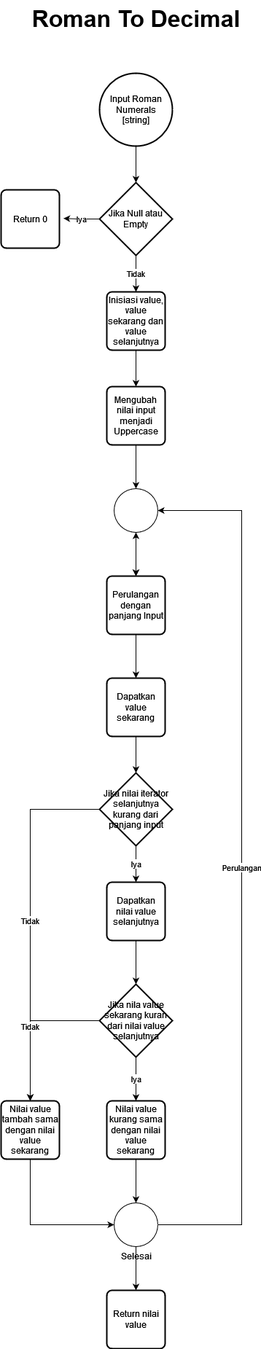
anggaputra-ikt/Daily-Training keeps this draw.io diagram as Source/FlowChart/RomanToDecimal.drawio.png. Above is the earlier version. Source tidied: cells renumbered, new cells last; positions are measured from the earlier drawing's top-left corner, leaving out a move shared by most shapes. The source it was exported from:
```xml
<mxGraphModel>
  <root>
    <mxCell id="0" />
    <mxCell id="1" parent="0" />
    <mxCell id="2" style="edgeStyle=orthogonalEdgeStyle;rounded=0;jettySize=auto;html=1;entryX=0.5;entryY=0;entryDx=0;entryDy=0;entryPerimeter=0;" parent="1" edge="1" source="3" target="6">
      <mxGeometry relative="1" as="geometry" />
    </mxCell>
    <mxCell id="3" value="&lt;div&gt;Input Roman Numerals&lt;/div&gt;&lt;div&gt;[string]&lt;/div&gt;" style="strokeWidth=2;html=1;shape=mxgraph.flowchart.start_2;whiteSpace=wrap;" parent="1" vertex="1">
      <mxGeometry x="135" y="100" width="100" height="100" as="geometry" />
    </mxCell>
    <mxCell id="4" value="Roman To Decimal" style="text;html=1;align=center;verticalAlign=middle;strokeColor=none;fillColor=none;fontStyle=1;fontSize=32;" parent="1" vertex="1">
      <mxGeometry x="30" width="310" height="50" as="geometry" />
    </mxCell>
    <mxCell id="5" value="Iya" style="edgeStyle=orthogonalEdgeStyle;rounded=0;jettySize=auto;html=1;exitX=0;exitY=0.5;exitDx=0;exitDy=0;exitPerimeter=0;entryX=1.07;entryY=0.49;entryDx=0;entryDy=0;entryPerimeter=0;" parent="1" edge="1" source="6" target="7">
      <mxGeometry relative="1" as="geometry" />
    </mxCell>
    <mxCell id="6" value="Jika Null atau Empty" style="strokeWidth=2;html=1;shape=mxgraph.flowchart.decision;whiteSpace=wrap;" parent="1" vertex="1">
      <mxGeometry x="135" y="250" width="100" height="100" as="geometry" />
    </mxCell>
    <mxCell id="7" value="Return 0" style="rounded=1;whiteSpace=wrap;html=1;absoluteArcSize=1;arcSize=14;strokeWidth=2;" parent="1" vertex="1">
      <mxGeometry y="260" width="80" height="80" as="geometry" />
    </mxCell>
    <mxCell id="8" style="edgeStyle=orthogonalEdgeStyle;rounded=0;jettySize=auto;html=1;" parent="1" edge="1" source="29" target="28">
      <mxGeometry relative="1" as="geometry" />
    </mxCell>
    <mxCell id="9" style="edgeStyle=orthogonalEdgeStyle;rounded=0;jettySize=auto;html=1;" parent="1" edge="1" source="10" target="29">
      <mxGeometry relative="1" as="geometry" />
    </mxCell>
    <mxCell id="10" value="Mengubah nilai input menjadi Uppercase" style="rounded=1;whiteSpace=wrap;html=1;absoluteArcSize=1;arcSize=14;strokeWidth=2;" parent="1" vertex="1">
      <mxGeometry x="145" y="530" width="80" height="80" as="geometry" />
    </mxCell>
    <mxCell id="11" style="edgeStyle=orthogonalEdgeStyle;rounded=0;jettySize=auto;html=1;" parent="1" edge="1" source="28" target="13">
      <mxGeometry relative="1" as="geometry" />
    </mxCell>
    <mxCell id="12" style="edgeStyle=orthogonalEdgeStyle;rounded=0;jettySize=auto;html=1;" parent="1" edge="1" source="13" target="15">
      <mxGeometry relative="1" as="geometry" />
    </mxCell>
    <mxCell id="13" value="Dapatkan value sekarang" style="rounded=1;whiteSpace=wrap;html=1;absoluteArcSize=1;arcSize=14;strokeWidth=2;" parent="1" vertex="1">
      <mxGeometry x="145" y="930" width="80" height="80" as="geometry" />
    </mxCell>
    <mxCell id="14" value="Iya" style="edgeStyle=orthogonalEdgeStyle;rounded=0;jettySize=auto;html=1;" parent="1" edge="1" source="15" target="17">
      <mxGeometry relative="1" as="geometry" />
    </mxCell>
    <mxCell id="15" value="Jika nilai iterator selanjutnya kurang dari panjang input " style="strokeWidth=2;html=1;shape=mxgraph.flowchart.decision;whiteSpace=wrap;" parent="1" vertex="1">
      <mxGeometry x="135" y="1060" width="100" height="100" as="geometry" />
    </mxCell>
    <mxCell id="16" style="edgeStyle=orthogonalEdgeStyle;rounded=0;jettySize=auto;html=1;" parent="1" edge="1" source="17" target="19">
      <mxGeometry relative="1" as="geometry" />
    </mxCell>
    <mxCell id="17" value="Dapatkan nilai value selanjutnya" style="rounded=1;whiteSpace=wrap;html=1;absoluteArcSize=1;arcSize=14;strokeWidth=2;" parent="1" vertex="1">
      <mxGeometry x="145" y="1210" width="80" height="80" as="geometry" />
    </mxCell>
    <mxCell id="18" value="Iya" style="edgeStyle=orthogonalEdgeStyle;rounded=0;jettySize=auto;html=1;" parent="1" edge="1" source="19" target="21">
      <mxGeometry relative="1" as="geometry" />
    </mxCell>
    <mxCell id="19" value="Jika nila value sekarang kuran dari nilai value selanjutnya" style="strokeWidth=2;html=1;shape=mxgraph.flowchart.decision;whiteSpace=wrap;" parent="1" vertex="1">
      <mxGeometry x="135" y="1350" width="100" height="100" as="geometry" />
    </mxCell>
    <mxCell id="20" style="edgeStyle=orthogonalEdgeStyle;rounded=0;jettySize=auto;html=1;" parent="1" edge="1" source="21" target="32">
      <mxGeometry relative="1" as="geometry" />
    </mxCell>
    <mxCell id="21" value="Nilai value kurang sama dengan nilai value sekarang" style="rounded=1;whiteSpace=wrap;html=1;absoluteArcSize=1;arcSize=14;strokeWidth=2;" parent="1" vertex="1">
      <mxGeometry x="145" y="1510" width="80" height="80" as="geometry" />
    </mxCell>
    <mxCell id="22" style="edgeStyle=orthogonalEdgeStyle;rounded=0;jettySize=auto;html=1;" parent="1" edge="1" source="28" target="29">
      <mxGeometry relative="1" as="geometry" />
    </mxCell>
    <mxCell id="23" value="Tidak" style="edgeStyle=orthogonalEdgeStyle;rounded=0;jettySize=auto;html=1;" parent="1" edge="1" source="15" target="26">
      <mxGeometry relative="1" as="geometry" />
    </mxCell>
    <mxCell id="24" value="Tidak" style="edgeStyle=orthogonalEdgeStyle;rounded=0;jettySize=auto;html=1;" parent="1" edge="1" source="19" target="26">
      <mxGeometry relative="1" as="geometry" />
    </mxCell>
    <mxCell id="25" style="edgeStyle=orthogonalEdgeStyle;rounded=0;jettySize=auto;html=1;" parent="1" edge="1" source="26" target="32">
      <mxGeometry relative="1" as="geometry">
        <Array as="points">
          <mxPoint x="40" y="1680" />
        </Array>
      </mxGeometry>
    </mxCell>
    <mxCell id="26" value="Nilai value tambah sama dengan nilai value sekarang" style="rounded=1;whiteSpace=wrap;html=1;absoluteArcSize=1;arcSize=14;strokeWidth=2;" parent="1" vertex="1">
      <mxGeometry y="1510" width="80" height="80" as="geometry" />
    </mxCell>
    <mxCell id="27" style="edgeStyle=orthogonalEdgeStyle;rounded=0;jettySize=auto;html=1;" parent="1" edge="1" source="29" target="28">
      <mxGeometry relative="1" as="geometry" />
    </mxCell>
    <mxCell id="28" value="Perulangan dengan panjang Input" style="rounded=1;whiteSpace=wrap;html=1;absoluteArcSize=1;arcSize=14;strokeWidth=2;" parent="1" vertex="1">
      <mxGeometry x="145" y="790" width="80" height="80" as="geometry" />
    </mxCell>
    <mxCell id="29" style="verticalLabelPosition=bottom;verticalAlign=top;html=1;shape=mxgraph.flowchart.on-page_reference;" parent="1" vertex="1">
      <mxGeometry x="155" y="670" width="60" height="60" as="geometry" />
    </mxCell>
    <mxCell id="30" value="Perulangan" style="edgeStyle=orthogonalEdgeStyle;rounded=0;jettySize=auto;html=1;entryX=1;entryY=0.5;entryDx=0;entryDy=0;entryPerimeter=0;" parent="1" edge="1" source="32" target="29">
      <mxGeometry relative="1" as="geometry">
        <Array as="points">
          <mxPoint x="330" y="1680" />
          <mxPoint x="330" y="700" />
        </Array>
      </mxGeometry>
    </mxCell>
    <mxCell id="31" style="edgeStyle=orthogonalEdgeStyle;rounded=0;jettySize=auto;html=1;" parent="1" edge="1" source="32" target="33">
      <mxGeometry relative="1" as="geometry" />
    </mxCell>
    <mxCell id="32" value="Selesai" style="verticalLabelPosition=bottom;verticalAlign=top;html=1;shape=mxgraph.flowchart.on-page_reference;" parent="1" vertex="1">
      <mxGeometry x="155" y="1650" width="60" height="60" as="geometry" />
    </mxCell>
    <mxCell id="33" value="Return nilai value" style="rounded=1;whiteSpace=wrap;html=1;absoluteArcSize=1;arcSize=14;strokeWidth=2;" parent="1" vertex="1">
      <mxGeometry x="145" y="1770" width="80" height="80" as="geometry" />
    </mxCell>
    <mxCell id="34" value="Tidak" style="edgeStyle=orthogonalEdgeStyle;rounded=0;jettySize=auto;html=1;entryX=0.5;entryY=0;entryDx=0;entryDy=0;" parent="1" edge="1" source="6" target="36">
      <mxGeometry relative="1" as="geometry" />
    </mxCell>
    <mxCell id="35" style="edgeStyle=orthogonalEdgeStyle;rounded=0;jettySize=auto;html=1;" parent="1" edge="1" source="36" target="10">
      <mxGeometry relative="1" as="geometry" />
    </mxCell>
    <mxCell id="36" value="Inisiasi value, value sekarang dan value selanjutnya" style="rounded=1;whiteSpace=wrap;html=1;absoluteArcSize=1;arcSize=14;strokeWidth=2;" parent="1" vertex="1">
      <mxGeometry x="145" y="400" width="80" height="80" as="geometry" />
    </mxCell>
  </root>
</mxGraphModel>
```
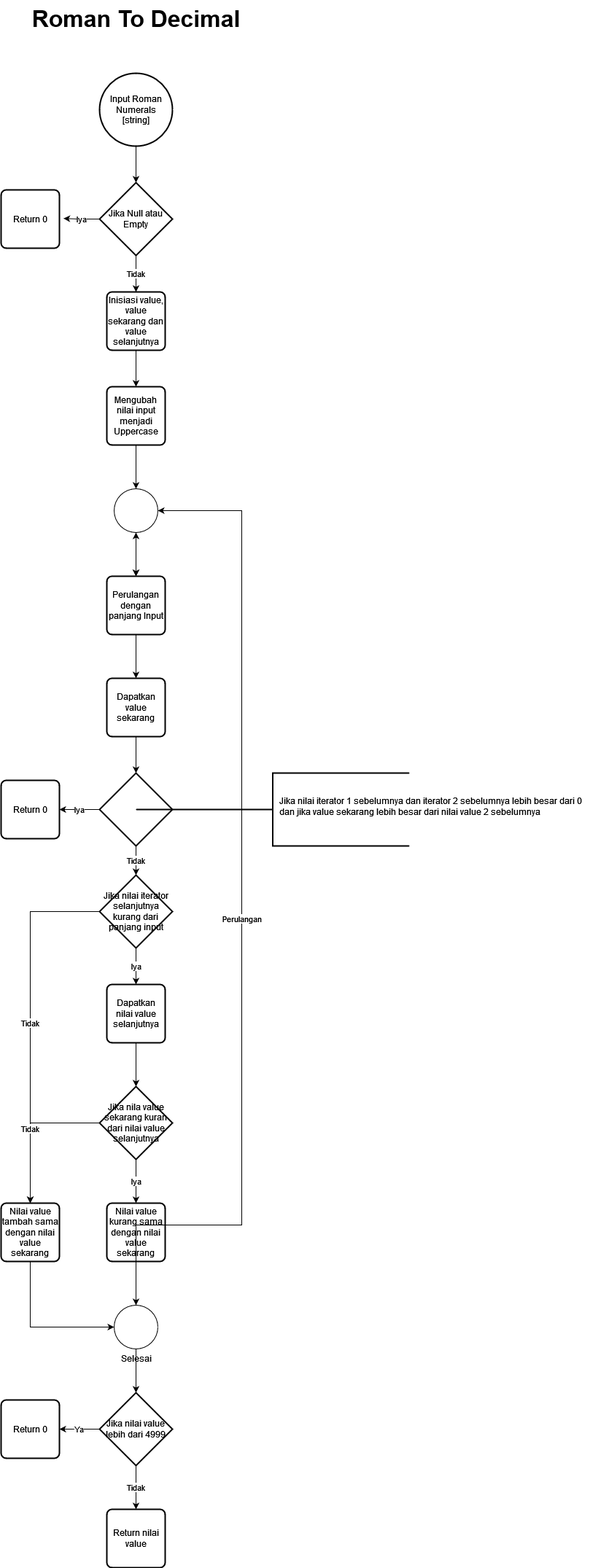
Later version of the same file.

What changed in the source:
```diff
@@ -32,7 +32,7 @@
     <mxCell id="11" style="edgeStyle=orthogonalEdgeStyle;rounded=0;jettySize=auto;html=1;" parent="1" edge="1" source="28" target="13">
       <mxGeometry relative="1" as="geometry" />
     </mxCell>
-    <mxCell id="12" style="edgeStyle=orthogonalEdgeStyle;rounded=0;jettySize=auto;html=1;" parent="1" edge="1" source="13" target="15">
+    <mxCell id="12" value="Tidak" style="edgeStyle=orthogonalEdgeStyle;rounded=0;jettySize=auto;html=1;" parent="1" edge="1" source="43" target="15">
       <mxGeometry relative="1" as="geometry" />
     </mxCell>
     <mxCell id="13" value="Dapatkan value sekarang" style="rounded=1;whiteSpace=wrap;html=1;absoluteArcSize=1;arcSize=14;strokeWidth=2;" parent="1" vertex="1">
@@ -42,25 +42,25 @@
       <mxGeometry relative="1" as="geometry" />
     </mxCell>
     <mxCell id="15" value="Jika nilai iterator selanjutnya kurang dari panjang input " style="strokeWidth=2;html=1;shape=mxgraph.flowchart.decision;whiteSpace=wrap;" parent="1" vertex="1">
-      <mxGeometry x="135" y="1060" width="100" height="100" as="geometry" />
+      <mxGeometry x="135" y="1200" width="100" height="100" as="geometry" />
     </mxCell>
     <mxCell id="16" style="edgeStyle=orthogonalEdgeStyle;rounded=0;jettySize=auto;html=1;" parent="1" edge="1" source="17" target="19">
       <mxGeometry relative="1" as="geometry" />
     </mxCell>
     <mxCell id="17" value="Dapatkan nilai value selanjutnya" style="rounded=1;whiteSpace=wrap;html=1;absoluteArcSize=1;arcSize=14;strokeWidth=2;" parent="1" vertex="1">
-      <mxGeometry x="145" y="1210" width="80" height="80" as="geometry" />
+      <mxGeometry x="145" y="1350" width="80" height="80" as="geometry" />
     </mxCell>
     <mxCell id="18" value="Iya" style="edgeStyle=orthogonalEdgeStyle;rounded=0;jettySize=auto;html=1;" parent="1" edge="1" source="19" target="21">
       <mxGeometry relative="1" as="geometry" />
     </mxCell>
     <mxCell id="19" value="Jika nila value sekarang kuran dari nilai value selanjutnya" style="strokeWidth=2;html=1;shape=mxgraph.flowchart.decision;whiteSpace=wrap;" parent="1" vertex="1">
-      <mxGeometry x="135" y="1350" width="100" height="100" as="geometry" />
+      <mxGeometry x="135" y="1490" width="100" height="100" as="geometry" />
     </mxCell>
     <mxCell id="20" style="edgeStyle=orthogonalEdgeStyle;rounded=0;jettySize=auto;html=1;" parent="1" edge="1" source="21" target="32">
       <mxGeometry relative="1" as="geometry" />
     </mxCell>
     <mxCell id="21" value="Nilai value kurang sama dengan nilai value sekarang" style="rounded=1;whiteSpace=wrap;html=1;absoluteArcSize=1;arcSize=14;strokeWidth=2;" parent="1" vertex="1">
-      <mxGeometry x="145" y="1510" width="80" height="80" as="geometry" />
+      <mxGeometry x="145" y="1650" width="80" height="80" as="geometry" />
     </mxCell>
     <mxCell id="22" style="edgeStyle=orthogonalEdgeStyle;rounded=0;jettySize=auto;html=1;" parent="1" edge="1" source="28" target="29">
       <mxGeometry relative="1" as="geometry" />
@@ -74,12 +74,12 @@
     <mxCell id="25" style="edgeStyle=orthogonalEdgeStyle;rounded=0;jettySize=auto;html=1;" parent="1" edge="1" source="26" target="32">
       <mxGeometry relative="1" as="geometry">
         <Array as="points">
-          <mxPoint x="40" y="1680" />
+          <mxPoint x="40" y="1820" />
         </Array>
       </mxGeometry>
     </mxCell>
     <mxCell id="26" value="Nilai value tambah sama dengan nilai value sekarang" style="rounded=1;whiteSpace=wrap;html=1;absoluteArcSize=1;arcSize=14;strokeWidth=2;" parent="1" vertex="1">
-      <mxGeometry y="1510" width="80" height="80" as="geometry" />
+      <mxGeometry y="1650" width="80" height="80" as="geometry" />
     </mxCell>
     <mxCell id="27" style="edgeStyle=orthogonalEdgeStyle;rounded=0;jettySize=auto;html=1;" parent="1" edge="1" source="29" target="28">
       <mxGeometry relative="1" as="geometry" />
@@ -98,14 +98,14 @@
         </Array>
       </mxGeometry>
     </mxCell>
-    <mxCell id="31" style="edgeStyle=orthogonalEdgeStyle;rounded=0;jettySize=auto;html=1;" parent="1" edge="1" source="32" target="33">
+    <mxCell id="31" value="Tidak" style="edgeStyle=orthogonalEdgeStyle;rounded=0;jettySize=auto;html=1;" parent="1" edge="1" source="39" target="33">
       <mxGeometry relative="1" as="geometry" />
     </mxCell>
     <mxCell id="32" value="Selesai" style="verticalLabelPosition=bottom;verticalAlign=top;html=1;shape=mxgraph.flowchart.on-page_reference;" parent="1" vertex="1">
-      <mxGeometry x="155" y="1650" width="60" height="60" as="geometry" />
+      <mxGeometry x="155" y="1790" width="60" height="60" as="geometry" />
     </mxCell>
     <mxCell id="33" value="Return nilai value" style="rounded=1;whiteSpace=wrap;html=1;absoluteArcSize=1;arcSize=14;strokeWidth=2;" parent="1" vertex="1">
-      <mxGeometry x="145" y="1770" width="80" height="80" as="geometry" />
+      <mxGeometry x="145" y="2070" width="80" height="80" as="geometry" />
     </mxCell>
     <mxCell id="34" value="Tidak" style="edgeStyle=orthogonalEdgeStyle;rounded=0;jettySize=auto;html=1;entryX=0.5;entryY=0;entryDx=0;entryDy=0;" parent="1" edge="1" source="6" target="36">
       <mxGeometry relative="1" as="geometry" />
@@ -116,5 +116,35 @@
     <mxCell id="36" value="Inisiasi value, value sekarang dan value selanjutnya" style="rounded=1;whiteSpace=wrap;html=1;absoluteArcSize=1;arcSize=14;strokeWidth=2;" parent="1" vertex="1">
       <mxGeometry x="145" y="400" width="80" height="80" as="geometry" />
     </mxCell>
+    <mxCell id="37" style="edgeStyle=orthogonalEdgeStyle;rounded=0;jettySize=auto;html=1;" parent="1" edge="1" source="32" target="39">
+      <mxGeometry relative="1" as="geometry" />
+    </mxCell>
+    <mxCell id="38" value="Ya" style="edgeStyle=orthogonalEdgeStyle;rounded=0;jettySize=auto;html=1;" parent="1" edge="1" source="39" target="40">
+      <mxGeometry relative="1" as="geometry" />
+    </mxCell>
+    <mxCell id="39" value="Jika nilai value lebih dari 4999" style="strokeWidth=2;html=1;shape=mxgraph.flowchart.decision;whiteSpace=wrap;" parent="1" vertex="1">
+      <mxGeometry x="135" y="1910" width="100" height="100" as="geometry" />
+    </mxCell>
+    <mxCell id="40" value="Return 0" style="rounded=1;whiteSpace=wrap;html=1;absoluteArcSize=1;arcSize=14;strokeWidth=2;" parent="1" vertex="1">
+      <mxGeometry y="1920" width="80" height="80" as="geometry" />
+    </mxCell>
+    <mxCell id="41" style="edgeStyle=orthogonalEdgeStyle;rounded=0;jettySize=auto;html=1;" parent="1" edge="1" source="13" target="43">
+      <mxGeometry relative="1" as="geometry" />
+    </mxCell>
+    <mxCell id="42" value="Iya" style="edgeStyle=orthogonalEdgeStyle;rounded=0;jettySize=auto;html=1;" parent="1" edge="1" source="43" target="44">
+      <mxGeometry relative="1" as="geometry" />
+    </mxCell>
+    <mxCell id="43" style="strokeWidth=2;html=1;shape=mxgraph.flowchart.decision;whiteSpace=wrap;" parent="1" vertex="1">
+      <mxGeometry x="135" y="1060" width="100" height="100" as="geometry" />
+    </mxCell>
+    <mxCell id="44" value="Return 0" style="rounded=1;whiteSpace=wrap;html=1;absoluteArcSize=1;arcSize=14;strokeWidth=2;" parent="1" vertex="1">
+      <mxGeometry y="1070" width="80" height="80" as="geometry" />
+    </mxCell>
+    <mxCell id="45" value="&lt;div&gt;Jika nilai iterator 1 sebelumnya dan iterator 2 sebelumnya lebih besar dari 0&lt;/div&gt;&lt;div&gt;dan jika value sekarang lebih besar dari nilai value 2 sebelumnya&lt;br&gt;&lt;/div&gt;" style="text;whiteSpace=wrap;html=1;" parent="1" vertex="1">
+      <mxGeometry x="380" y="1085" width="450" height="50" as="geometry" />
+    </mxCell>
+    <mxCell id="46" style="strokeWidth=2;html=1;shape=mxgraph.flowchart.annotation_2;align=left;labelPosition=right;" parent="1" vertex="1">
+      <mxGeometry x="185" y="1060" width="375" height="100" as="geometry" />
+    </mxCell>
   </root>
 </mxGraphModel>
```
